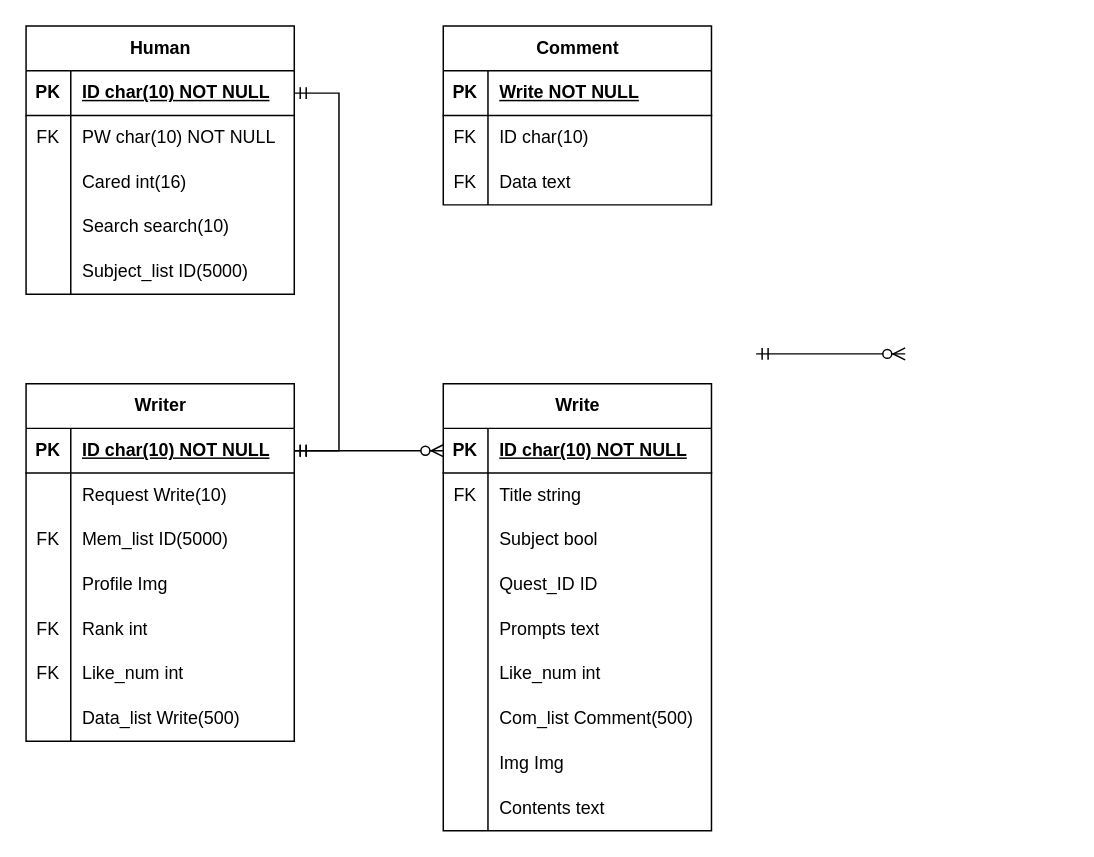
The draw.io diagram draw/db erd.drawio in dnjsrl132/barogrim, before the edit. Source tidied: cells renumbered, new cells numbered last; positions are measured from the earlier drawing's top-left corner, leaving out a move shared by most shapes. Both pictures are drawn from the tidied source at 149%, with x=0, y=0 at pixel (25, 25).
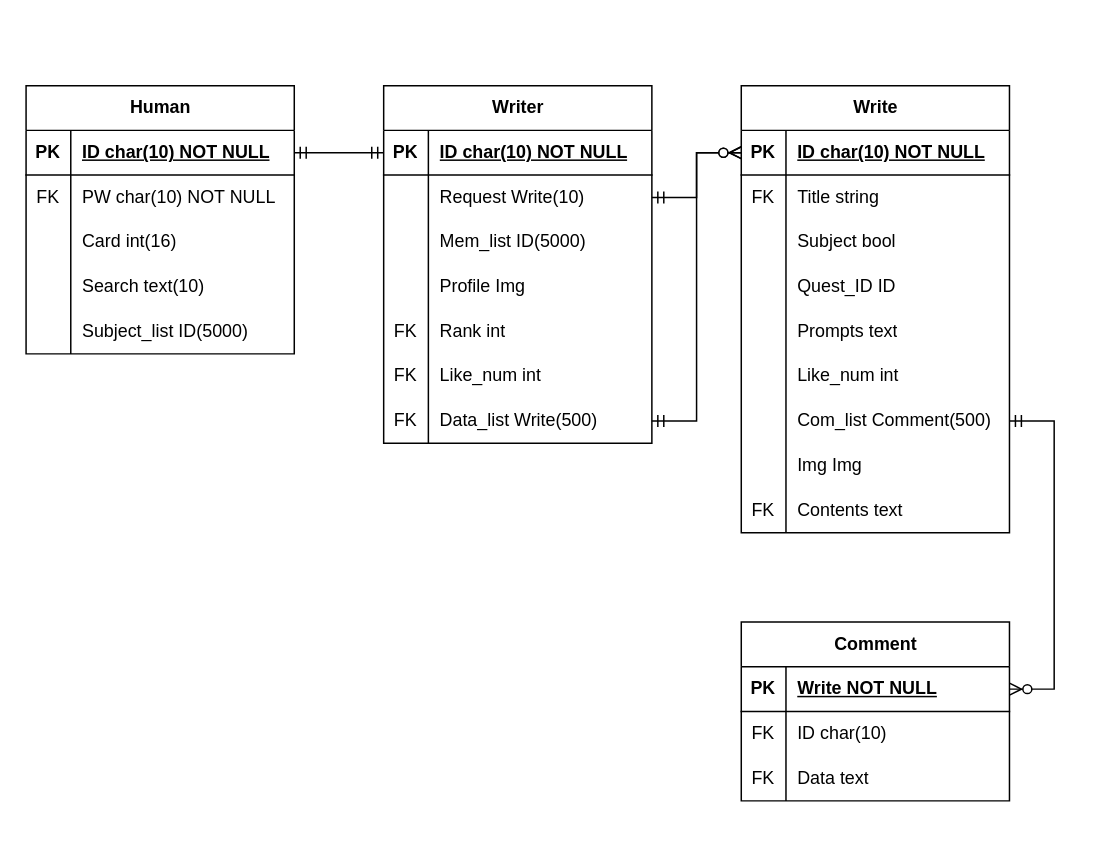
After the change.

The change refers to these unchanged cells:
```xml
<mxCell id="3" style="shape=tableRow;horizontal=0;startSize=0;swimlaneHead=0;swimlaneBody=0;fillColor=none;points=[[0,0.5],[1,0.5]];portConstraint=eastwest;top=0;left=0;right=0;bottom=1;" parent="2" vertex="1">
  <mxGeometry y="30" width="180" height="30" as="geometry" />
</mxCell>
<mxCell id="9" style="shape=tableRow;horizontal=0;startSize=0;swimlaneHead=0;swimlaneBody=0;fillColor=none;top=0;left=0;right=0;bottom=0;" parent="2" vertex="1">
  <mxGeometry y="90" width="180" height="30" as="geometry" />
</mxCell>
<mxCell id="12" style="shape=tableRow;horizontal=0;startSize=0;swimlaneHead=0;swimlaneBody=0;fillColor=none;top=0;left=0;right=0;bottom=0;" parent="2" vertex="1">
  <mxGeometry y="120" width="180" height="30" as="geometry" />
</mxCell>
<mxCell id="19" style="shape=tableRow;horizontal=0;startSize=0;swimlaneHead=0;swimlaneBody=0;fillColor=none;points=[[0,0.5],[1,0.5]];portConstraint=eastwest;top=0;left=0;right=0;bottom=1;" parent="18" vertex="1">
  <mxGeometry y="30" width="180" height="30" as="geometry" />
</mxCell>
<mxCell id="22" style="shape=tableRow;horizontal=0;startSize=0;swimlaneHead=0;swimlaneBody=0;fillColor=none;points=[[0,0.5],[1,0.5]];portConstraint=eastwest;top=0;left=0;right=0;bottom=0;" parent="18" vertex="1">
  <mxGeometry y="60" width="180" height="30" as="geometry" />
</mxCell>
<mxCell id="25" style="shape=tableRow;horizontal=0;startSize=0;swimlaneHead=0;swimlaneBody=0;fillColor=none;top=0;left=0;right=0;bottom=0;" parent="18" vertex="1">
  <mxGeometry y="90" width="180" height="30" as="geometry" />
</mxCell>
<mxCell id="37" style="shape=tableRow;horizontal=0;startSize=0;swimlaneHead=0;swimlaneBody=0;fillColor=none;points=[[0,0.5],[1,0.5]];portConstraint=eastwest;top=0;left=0;right=0;bottom=0;" parent="18" vertex="1">
  <mxGeometry y="210" width="180" height="30" as="geometry" />
</mxCell>
<mxCell id="42" style="shape=tableRow;horizontal=0;startSize=0;swimlaneHead=0;swimlaneBody=0;fillColor=none;points=[[0,0.5],[1,0.5]];portConstraint=eastwest;top=0;left=0;right=0;bottom=1;" parent="41" vertex="1">
  <mxGeometry y="30" width="180" height="30" as="geometry" />
</mxCell>
<mxCell id="60" style="shape=tableRow;horizontal=0;startSize=0;swimlaneHead=0;swimlaneBody=0;fillColor=none;points=[[0,0.5],[1,0.5]];portConstraint=eastwest;top=0;left=0;right=0;bottom=0;" parent="41" vertex="1">
  <mxGeometry y="210" width="180" height="30" as="geometry" />
</mxCell>
<mxCell id="66" style="shape=tableRow;horizontal=0;startSize=0;swimlaneHead=0;swimlaneBody=0;fillColor=none;top=0;left=0;right=0;bottom=0;" parent="41" vertex="1">
  <mxGeometry y="270" width="180" height="30" as="geometry" />
</mxCell>
<mxCell id="71" style="shape=tableRow;horizontal=0;startSize=0;swimlaneHead=0;swimlaneBody=0;fillColor=none;points=[[0,0.5],[1,0.5]];portConstraint=eastwest;top=0;left=0;right=0;bottom=1;" parent="70" vertex="1">
  <mxGeometry y="30" width="180" height="30" as="geometry" />
</mxCell>
```

Change to the diagram source:
```diff
@@
     <mxCell id="2" value="Human" style="shape=table;startSize=30;childLayout=tableLayout;rowLines=0;fontStyle=1;align=center;html=1;" parent="1" vertex="1">
-      <mxGeometry width="180" height="180" as="geometry" />
+      <mxGeometry y="40" width="180" height="180" as="geometry" />
     </mxCell>
@@
-    <mxCell id="11" value="Cared int(16)" style="shape=partialRectangle;fillColor=none;top=0;left=0;bottom=0;right=0;align=left;spacingLeft=6;overflow=hidden;whiteSpace=wrap;html=1;" parent="9" vertex="1">
+    <mxCell id="11" value="Card int(16)" style="shape=partialRectangle;fillColor=none;top=0;left=0;bottom=0;right=0;align=left;spacingLeft=6;overflow=hidden;whiteSpace=wrap;html=1;" parent="9" vertex="1">
       <mxGeometry x="30" width="150" height="30" as="geometry" />
     </mxCell>
@@
-    <mxCell id="14" value="Search search(10)" style="shape=partialRectangle;fillColor=none;top=0;left=0;bottom=0;right=0;align=left;spacingLeft=6;overflow=hidden;whiteSpace=wrap;html=1;" parent="12" vertex="1">
+    <mxCell id="14" value="Search text(10)" style="shape=partialRectangle;fillColor=none;top=0;left=0;bottom=0;right=0;align=left;spacingLeft=6;overflow=hidden;whiteSpace=wrap;html=1;" parent="12" vertex="1">
       <mxGeometry x="30" width="150" height="30" as="geometry" />
     </mxCell>
@@
     <mxCell id="18" value="Writer" style="shape=table;startSize=30;childLayout=tableLayout;rowLines=0;fontStyle=1;align=center;html=1;" parent="1" vertex="1">
-      <mxGeometry y="240" width="180" height="240" as="geometry" />
+      <mxGeometry x="240" y="40" width="180" height="240" as="geometry" />
     </mxCell>
@@
-    <mxCell id="26" value="FK" style="shape=partialRectangle;fillColor=none;top=0;left=0;bottom=0;right=0;overflow=hidden;whiteSpace=wrap;html=1;" parent="25" vertex="1">
+    <mxCell id="26" style="shape=partialRectangle;fillColor=none;top=0;left=0;bottom=0;right=0;overflow=hidden;whiteSpace=wrap;html=1;" parent="25" vertex="1">
       <mxGeometry width="30" height="30" as="geometry" />
     </mxCell>
@@
-    <mxCell id="38" style="shape=partialRectangle;fillColor=none;top=0;left=0;bottom=0;right=0;overflow=hidden;whiteSpace=wrap;html=1;" parent="37" vertex="1">
+    <mxCell id="38" value="FK" style="shape=partialRectangle;fillColor=none;top=0;left=0;bottom=0;right=0;overflow=hidden;whiteSpace=wrap;html=1;" parent="37" vertex="1">
       <mxGeometry width="30" height="30" as="geometry" />
     </mxCell>
@@
-    <mxCell id="40" style="edgeStyle=entityRelationEdgeStyle;fontSize=12;html=1;endArrow=ERmandOne;startArrow=ERmandOne;rounded=0;exitX=1;exitY=0.5;exitDx=0;exitDy=0;entryX=1;entryY=0.5;entryDx=0;entryDy=0;" parent="1" edge="1" source="3" target="19">
+    <mxCell id="40" style="edgeStyle=entityRelationEdgeStyle;fontSize=12;html=1;endArrow=ERmandOne;startArrow=ERmandOne;rounded=0;exitX=1;exitY=0.5;exitDx=0;exitDy=0;entryX=0;entryY=0.5;entryDx=0;entryDy=0;" parent="1" edge="1" source="3" target="19">
       <mxGeometry relative="1" as="geometry">
         <Array as="points">
           <mxPoint x="250" y="200" />
           <mxPoint x="280" y="220" />
           <mxPoint x="270" y="280" />
           <mxPoint x="270" y="280" />
           <mxPoint x="270" y="250" />
           <mxPoint x="280" y="170" />
           <mxPoint x="260" y="190" />
         </Array>
       </mxGeometry>
     </mxCell>
     <mxCell id="41" value="Write" style="shape=table;startSize=30;childLayout=tableLayout;rowLines=0;fontStyle=1;align=center;html=1;" parent="1" vertex="1">
-      <mxGeometry x="280" y="240" width="180" height="300" as="geometry" />
+      <mxGeometry x="480" y="40" width="180" height="300" as="geometry" />
     </mxCell>
@@
-    <mxCell id="67" style="shape=partialRectangle;fillColor=none;top=0;left=0;bottom=0;right=0;overflow=hidden;whiteSpace=wrap;html=1;" parent="66" vertex="1">
+    <mxCell id="67" value="FK" style="shape=partialRectangle;fillColor=none;top=0;left=0;bottom=0;right=0;overflow=hidden;whiteSpace=wrap;html=1;" parent="66" vertex="1">
       <mxGeometry width="30" height="30" as="geometry" />
     </mxCell>
@@
-    <mxCell id="69" style="edgeStyle=entityRelationEdgeStyle;fontSize=12;html=1;endArrow=ERzeroToMany;startArrow=ERmandOne;rounded=0;entryX=0;entryY=0.5;entryDx=0;entryDy=0;exitX=1;exitY=0.5;exitDx=0;exitDy=0;" parent="1" edge="1" source="19" target="42">
+    <mxCell id="69" style="edgeStyle=entityRelationEdgeStyle;fontSize=12;html=1;endArrow=ERzeroToMany;startArrow=ERmandOne;rounded=0;entryX=0;entryY=0.5;entryDx=0;entryDy=0;exitX=1;exitY=0.5;exitDx=0;exitDy=0;" parent="1" edge="1" source="37" target="42">
       <mxGeometry relative="1" as="geometry" />
     </mxCell>
     <mxCell id="70" value="Comment" style="shape=table;startSize=30;childLayout=tableLayout;rowLines=0;fontStyle=1;align=center;html=1;" parent="1" vertex="1">
-      <mxGeometry x="280" width="180" height="120" as="geometry" />
+      <mxGeometry x="480" y="400" width="180" height="120" as="geometry" />
     </mxCell>
@@
-    <mxCell id="80" style="edgeStyle=entityRelationEdgeStyle;fontSize=12;html=1;endArrow=ERzeroToMany;startArrow=ERmandOne;rounded=0;entryX=0;entryY=0.5;entryDx=0;entryDy=0;exitX=1;exitY=0.5;exitDx=0;exitDy=0;" parent="1" edge="1">
-      <mxGeometry relative="1" as="geometry">
-        <mxPoint x="490" y="220" as="sourcePoint" />
-        <mxPoint x="590" y="220" as="targetPoint" />
-      </mxGeometry>
+    <mxCell id="80" style="edgeStyle=entityRelationEdgeStyle;fontSize=12;html=1;endArrow=ERzeroToMany;startArrow=ERmandOne;rounded=0;entryX=1;entryY=0.5;entryDx=0;entryDy=0;exitX=1;exitY=0.5;exitDx=0;exitDy=0;" parent="1" edge="1" source="60" target="71">
+      <mxGeometry relative="1" as="geometry" />
     </mxCell>
+    <mxCell id="81" style="edgeStyle=entityRelationEdgeStyle;fontSize=12;html=1;endArrow=ERzeroToMany;startArrow=ERmandOne;rounded=0;entryX=0;entryY=0.5;entryDx=0;entryDy=0;exitX=1;exitY=0.5;exitDx=0;exitDy=0;" parent="1" edge="1" source="22" target="42">
+      <mxGeometry relative="1" as="geometry" />
+    </mxCell>
```
